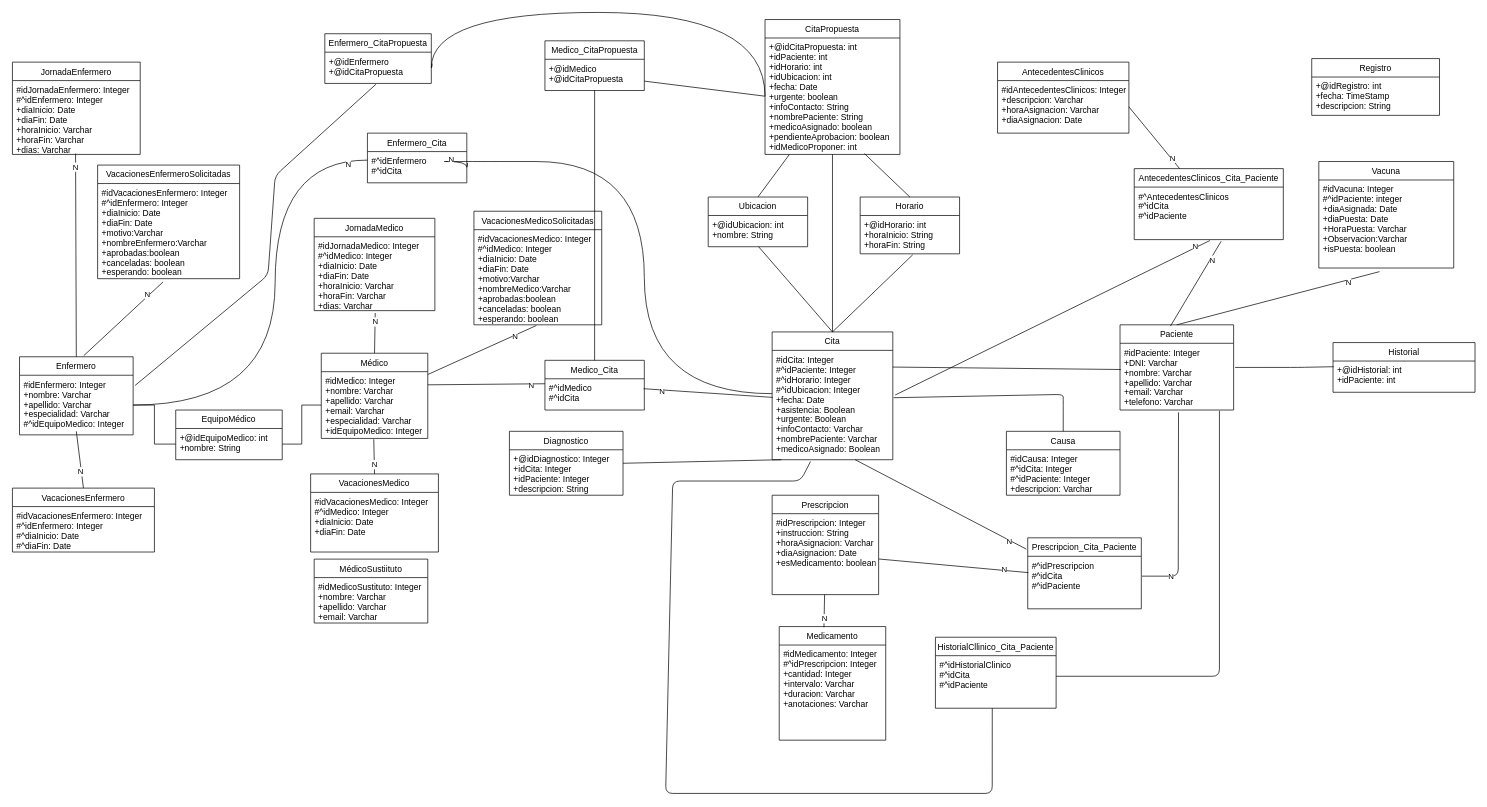
The draw.io diagram BBDD/diseño/DiagramaIPS.G IPS.drawio in nicomencia/IPS21_L33, before the edit. Source tidied: cells renumbered, new cells numbered last; positions are measured from the earlier drawing's top-left corner, leaving out a move shared by most shapes. Both pictures are drawn from the tidied source at 71%, with x=0, y=0 at pixel (12, 12).
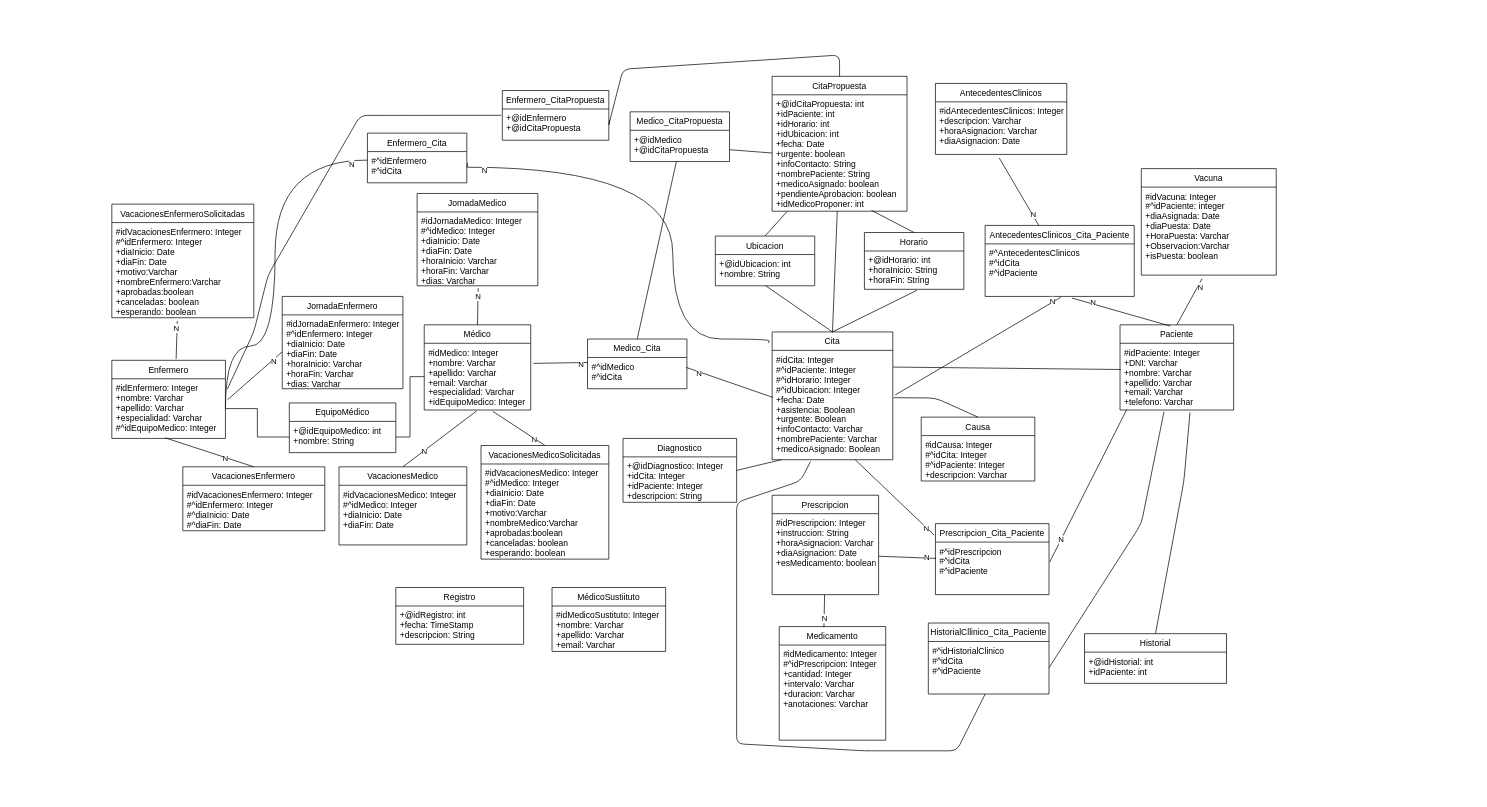
The same page after the edit.

Commit message:
Modelo actualizado

The change refers to these unchanged cells:
```xml
<mxCell id="14" value="#idMedico: Integer&#10;+nombre: Varchar&#10;+apellido: Varchar&#10;+email: Varchar&#10;+especialidad: Varchar&#10;+idEquipoMedico: Integer&#10;" style="text;strokeColor=none;fillColor=none;align=left;verticalAlign=top;spacingLeft=4;spacingRight=4;overflow=hidden;points=[[0,0.5],[1,0.5]];portConstraint=eastwest;" parent="13" vertex="1">
  <mxGeometry y="26" width="150" height="94" as="geometry" />
</mxCell>
<mxCell id="20" value="#idEnfermero: Integer&#10;+nombre: Varchar&#10;+apellido: Varchar&#10;+especialidad: Varchar&#10;#^idEquipoMedico: Integer" style="text;strokeColor=none;fillColor=none;align=left;verticalAlign=top;spacingLeft=4;spacingRight=4;overflow=hidden;points=[[0,0.5],[1,0.5]];portConstraint=eastwest;" parent="19" vertex="1">
  <mxGeometry y="26" width="160" height="84" as="geometry" />
</mxCell>
<mxCell id="35" value="Cita" style="swimlane;fontStyle=0;horizontal=1;startSize=26;fillColor=none;" parent="1" vertex="1">
  <mxGeometry x="1070" y="450" width="170" height="180" as="geometry" />
</mxCell>
<mxCell id="36" value="#idCita: Integer&#10;#^idPaciente: Integer&#10;#^idHorario: Integer&#10;#^idUbicacion: Integer&#10;+fecha: Date&#10;+asistencia: Boolean&#10;+urgente: Boolean&#10;+infoContacto: Varchar&#10;+nombrePaciente: Varchar&#10;+medicoAsignado: Boolean" style="text;strokeColor=none;fillColor=none;align=left;verticalAlign=top;spacingLeft=4;spacingRight=4;overflow=hidden;points=[[0,0.5],[1,0.5]];portConstraint=eastwest;" parent="35" vertex="1">
  <mxGeometry y="26" width="170" height="154" as="geometry" />
</mxCell>
<mxCell id="40" value="#idPaciente: Integer&#10;+DNI: Varchar&#10;+nombre: Varchar&#10;+apellido: Varchar&#10;+email: Varchar&#10;+telefono: Varchar" style="text;strokeColor=none;fillColor=none;align=left;verticalAlign=top;spacingLeft=4;spacingRight=4;overflow=hidden;points=[[0,0.5],[1,0.5]];portConstraint=eastwest;" parent="39" vertex="1">
  <mxGeometry y="26" width="160" height="94" as="geometry" />
</mxCell>
<mxCell id="43" value="#^idMedico&#10;#^idCita" style="text;strokeColor=none;fillColor=none;align=left;verticalAlign=top;spacingLeft=4;spacingRight=4;overflow=hidden;points=[[0,0.5],[1,0.5]];portConstraint=eastwest;" parent="42" vertex="1">
  <mxGeometry y="26" width="140" height="44" as="geometry" />
</mxCell>
<mxCell id="49" value="+@idHistorial: int&#10;+idPaciente: int&#10;" style="text;strokeColor=none;fillColor=none;align=left;verticalAlign=top;spacingLeft=4;spacingRight=4;overflow=hidden;points=[[0,0.5],[1,0.5]];portConstraint=eastwest;" parent="48" vertex="1">
  <mxGeometry y="26" width="200" height="44" as="geometry" />
</mxCell>
<mxCell id="63" value="#^idPrescripcion&#10;#^idCita&#10;#^idPaciente" style="text;strokeColor=none;fillColor=none;align=left;verticalAlign=top;spacingLeft=4;spacingRight=4;overflow=hidden;points=[[0,0.5],[1,0.5]];portConstraint=eastwest;" parent="62" vertex="1">
  <mxGeometry y="26" width="160" height="74" as="geometry" />
</mxCell>
<mxCell id="65" value="#^idHistorialClinico&#10;#^idCita&#10;#^idPaciente" style="text;strokeColor=none;fillColor=none;align=left;verticalAlign=top;spacingLeft=4;spacingRight=4;overflow=hidden;points=[[0,0.5],[1,0.5]];portConstraint=eastwest;" parent="64" vertex="1">
  <mxGeometry y="26" width="170" height="74" as="geometry" />
</mxCell>
<mxCell id="71" value="#idVacacionesMedico: Integer&#10;#^idMedico: Integer&#10;+diaInicio: Date&#10;+diaFin: Date&#10;+motivo:Varchar&#10;+nombreMedico:Varchar&#10;+aprobadas:boolean&#10;+canceladas: boolean&#10;+esperando: boolean" style="text;strokeColor=none;fillColor=none;align=left;verticalAlign=top;spacingLeft=4;spacingRight=4;overflow=hidden;points=[[0,0.5],[1,0.5]];portConstraint=eastwest;" parent="70" vertex="1">
  <mxGeometry y="26" width="180" height="134" as="geometry" />
</mxCell>
<mxCell id="81" value="+@idCitaPropuesta: int&#10;+idPaciente: int&#10;+idHorario: int&#10;+idUbicacion: int&#10;+fecha: Date&#10;+urgente: boolean&#10;+infoContacto: String&#10;+nombrePaciente: String&#10;+medicoAsignado: boolean&#10;+pendienteAprobacion: boolean&#10;+idMedicoProponer: int" style="text;strokeColor=none;fillColor=none;align=left;verticalAlign=top;spacingLeft=4;spacingRight=4;overflow=hidden;points=[[0,0.5],[1,0.5]];portConstraint=eastwest;" parent="80" vertex="1">
  <mxGeometry y="26" width="190" height="164" as="geometry" />
</mxCell>
<mxCell id="83" value="#^idEnfermero&#10;#^idCita" style="text;strokeColor=none;fillColor=none;align=left;verticalAlign=top;spacingLeft=4;spacingRight=4;overflow=hidden;points=[[0,0.5],[1,0.5]];portConstraint=eastwest;" parent="82" vertex="1">
  <mxGeometry y="26" width="140" height="44" as="geometry" />
</mxCell>
<mxCell id="90" value="+@idEnfermero&#10;+@idCitaPropuesta" style="text;strokeColor=none;fillColor=none;align=left;verticalAlign=top;spacingLeft=4;spacingRight=4;overflow=hidden;points=[[0,0.5],[1,0.5]];portConstraint=eastwest;" parent="89" vertex="1">
  <mxGeometry y="26" width="150" height="44" as="geometry" />
</mxCell>
<mxCell id="103" value="#idAntecedentesClinicos: Integer&#10;+descripcion: Varchar&#10;+horaAsignacion: Varchar&#10;+diaAsignacion: Date&#10;&#10;" style="text;strokeColor=none;fillColor=none;align=left;verticalAlign=top;spacingLeft=4;spacingRight=4;overflow=hidden;points=[[0,0.5],[1,0.5]];portConstraint=eastwest;" parent="102" vertex="1">
  <mxGeometry y="26" width="185" height="74" as="geometry" />
</mxCell>
```

Change to the diagram source:
```diff
@@
-    <mxCell id="3" style="endArrow=none;html=1;entryX=0.005;entryY=0.182;entryDx=0;entryDy=0;exitX=1.013;exitY=0.362;exitDx=0;exitDy=0;exitPerimeter=0;entryPerimeter=0;" parent="1" edge="1" source="40" target="49">
+    <mxCell id="3" style="endArrow=none;html=1;entryX=0.5;entryY=0;entryDx=0;entryDy=0;exitX=0.616;exitY=1.035;exitDx=0;exitDy=0;exitPerimeter=0;" parent="1" edge="1" source="40" target="48">
       <mxGeometry relative="1" as="geometry">
         <Array as="points">
-          <mxPoint x="1810" y="500" />
+          <mxPoint x="1650" y="660" />
         </Array>
       </mxGeometry>
     </mxCell>
-    <mxCell id="4" style="endArrow=none;html=1;exitX=0.5;exitY=0;exitDx=0;exitDy=0;" parent="1" edge="1" source="23">
-      <mxGeometry relative="1" as="geometry">
-        <mxPoint x="90" y="590" as="targetPoint" />
-      </mxGeometry>
+    <mxCell id="4" style="endArrow=none;html=1;exitX=0.5;exitY=0;exitDx=0;exitDy=0;entryX=0.47;entryY=0.99;entryDx=0;entryDy=0;entryPerimeter=0;" parent="1" edge="1" source="23" target="20">
+      <mxGeometry relative="1" as="geometry" />
     </mxCell>
     <mxCell id="5" value="N" style="edgeLabel;html=1;align=center;verticalAlign=middle;" parent="4" vertex="1">
-      <mxGeometry x="-0.41" y="2" relative="1" as="geometry" />
+      <mxGeometry x="-0.41" y="2" relative="1" as="geometry">
+        <mxPoint x="-2.9" y="-2" as="offset" />
+      </mxGeometry>
     </mxCell>
@@
-    <mxCell id="11" style="endArrow=none;html=1;entryX=0.494;entryY=0.989;entryDx=0;entryDy=0;entryPerimeter=0;" parent="1" edge="1" target="22">
-      <mxGeometry relative="1" as="geometry">
-        <mxPoint x="90" y="485" as="sourcePoint" />
-      </mxGeometry>
+    <mxCell id="11" style="endArrow=none;html=1;entryX=0;entryY=0.5;entryDx=0;entryDy=0;exitX=1.019;exitY=0.35;exitDx=0;exitDy=0;exitPerimeter=0;" parent="1" edge="1" source="20" target="22">
+      <mxGeometry relative="1" as="geometry" />
     </mxCell>
     <mxCell id="12" value="N" style="edgeLabel;html=1;align=center;verticalAlign=middle;" parent="11" vertex="1">
-      <mxGeometry x="0.87" relative="1" as="geometry" />
+      <mxGeometry x="0.87" relative="1" as="geometry">
+        <mxPoint x="-8" y="8.6" as="offset" />
+      </mxGeometry>
     </mxCell>
     <mxCell id="13" value="Médico" style="swimlane;fontStyle=0;horizontal=1;startSize=26;fillColor=none;" parent="1" vertex="1">
-      <mxGeometry x="435" y="480" width="150" height="120" as="geometry" />
+      <mxGeometry x="580" y="440" width="150" height="120" as="geometry" />
     </mxCell>
@@
     <mxCell id="15" value="JornadaMedico" style="swimlane;fontStyle=0;horizontal=1;startSize=26;fillColor=none;" parent="1" vertex="1">
-      <mxGeometry x="425" y="290" width="170" height="130" as="geometry" />
+      <mxGeometry x="570" y="255" width="170" height="130" as="geometry" />
     </mxCell>
@@
     <mxCell id="17" value="VacacionesMedico" style="swimlane;fontStyle=0;horizontal=1;startSize=26;fillColor=none;" parent="1" vertex="1">
-      <mxGeometry x="420" y="650" width="180" height="110" as="geometry" />
+      <mxGeometry x="460" y="640" width="180" height="110" as="geometry" />
     </mxCell>
@@
     <mxCell id="19" value="Enfermero" style="swimlane;fontStyle=0;horizontal=1;startSize=26;fillColor=none;" parent="1" vertex="1">
-      <mxGeometry x="10" y="485" width="160" height="110" as="geometry" />
+      <mxGeometry x="140" y="490" width="160" height="110" as="geometry" />
     </mxCell>
@@
     <mxCell id="21" value="JornadaEnfermero" style="swimlane;fontStyle=0;horizontal=1;startSize=26;fillColor=none;" parent="1" vertex="1">
-      <mxGeometry y="70" width="180" height="130" as="geometry" />
+      <mxGeometry x="380" y="400" width="170" height="130" as="geometry" />
     </mxCell>
     <mxCell id="22" value="#idJornadaEnfermero: Integer&#10;#^idEnfermero: Integer&#10;+diaInicio: Date&#10;+diaFin: Date&#10;+horaInicio: Varchar&#10;+horaFin: Varchar&#10;+dias: Varchar" style="text;strokeColor=none;fillColor=none;align=left;verticalAlign=top;spacingLeft=4;spacingRight=4;overflow=hidden;points=[[0,0.5],[1,0.5]];portConstraint=eastwest;" parent="21" vertex="1">
-      <mxGeometry y="26" width="180" height="104" as="geometry" />
+      <mxGeometry y="26" width="170" height="104" as="geometry" />
     </mxCell>
     <mxCell id="23" value="VacacionesEnfermero" style="swimlane;fontStyle=0;horizontal=1;startSize=26;fillColor=none;" parent="1" vertex="1">
-      <mxGeometry y="670" width="200" height="90" as="geometry" />
+      <mxGeometry x="240" y="640" width="200" height="90" as="geometry" />
     </mxCell>
@@
-    <mxCell id="25" style="endArrow=none;html=1;entryX=0;entryY=0.159;entryDx=0;entryDy=0;entryPerimeter=0;" parent="1" edge="1" target="43">
-      <mxGeometry relative="1" as="geometry">
-        <mxPoint x="585" y="524.5" as="sourcePoint" />
-      </mxGeometry>
+    <mxCell id="25" style="endArrow=none;html=1;entryX=0;entryY=0.159;entryDx=0;entryDy=0;entryPerimeter=0;exitX=1.024;exitY=0.301;exitDx=0;exitDy=0;exitPerimeter=0;" parent="1" edge="1" source="14" target="43">
+      <mxGeometry relative="1" as="geometry" />
     </mxCell>
@@
     <mxCell id="31" value="Ubicacion" style="swimlane;fontStyle=0;horizontal=1;startSize=26;fillColor=none;" parent="1" vertex="1">
-      <mxGeometry x="980" y="260" width="140" height="70" as="geometry" />
+      <mxGeometry x="990" y="315" width="140" height="70" as="geometry" />
     </mxCell>
@@
     <mxCell id="42" value="Medico_Cita" style="swimlane;fontStyle=0;horizontal=1;startSize=26;fillColor=none;" parent="1" vertex="1">
-      <mxGeometry x="750" y="490" width="140" height="70" as="geometry" />
+      <mxGeometry x="810" y="460" width="140" height="70" as="geometry" />
     </mxCell>
@@
     <mxCell id="44" value="Diagnostico" style="swimlane;fontStyle=0;horizontal=1;startSize=26;fillColor=none;" parent="1" vertex="1">
-      <mxGeometry x="700" y="590" width="160" height="90" as="geometry" />
+      <mxGeometry x="860" y="600" width="160" height="90" as="geometry" />
     </mxCell>
@@
     <mxCell id="48" value="Historial" style="swimlane;fontStyle=0;horizontal=1;startSize=26;fillColor=none;" parent="1" vertex="1">
-      <mxGeometry x="1860" y="465" width="200" height="70" as="geometry" />
+      <mxGeometry x="1510" y="875" width="200" height="70" as="geometry" />
     </mxCell>
@@
-    <mxCell id="52" style="endArrow=none;html=1;strokeColor=#000000;entryX=0.515;entryY=1.034;entryDx=0;entryDy=0;entryPerimeter=0;exitX=1.006;exitY=0.378;exitDx=0;exitDy=0;exitPerimeter=0;" parent="1" edge="1" source="63" target="40">
-      <mxGeometry relative="1" as="geometry">
-        <Array as="points">
-          <mxPoint x="1642" y="794" />
-        </Array>
-      </mxGeometry>
+    <mxCell id="52" style="endArrow=none;html=1;strokeColor=#000000;entryX=0.059;entryY=0.992;entryDx=0;entryDy=0;entryPerimeter=0;exitX=1.006;exitY=0.378;exitDx=0;exitDy=0;exitPerimeter=0;" parent="1" edge="1" source="63" target="40">
+      <mxGeometry relative="1" as="geometry" />
     </mxCell>
@@
     <mxCell id="54" value="Causa" style="swimlane;fontStyle=0;horizontal=1;startSize=26;fillColor=none;" parent="1" vertex="1">
-      <mxGeometry x="1400" y="590" width="160" height="90" as="geometry" />
+      <mxGeometry x="1280" y="570" width="160" height="90" as="geometry" />
     </mxCell>
@@
     <mxCell id="58" style="endArrow=none;html=1;strokeColor=#000000;entryX=1.006;entryY=0.433;entryDx=0;entryDy=0;exitX=0.5;exitY=0;exitDx=0;exitDy=0;entryPerimeter=0;" parent="1" edge="1" source="54" target="36">
       <mxGeometry relative="1" as="geometry">
         <Array as="points">
-          <mxPoint x="1480" y="553" />
-          <mxPoint x="1480" y="538" />
+          <mxPoint x="1300" y="543" />
         </Array>
       </mxGeometry>
     </mxCell>
@@
     <mxCell id="60" value="Horario" style="swimlane;fontStyle=0;horizontal=1;startSize=26;fillColor=none;" parent="1" vertex="1">
-      <mxGeometry x="1194" y="260" width="140" height="80" as="geometry" />
+      <mxGeometry x="1200" y="310" width="140" height="80" as="geometry" />
     </mxCell>
@@
     <mxCell id="62" value="Prescripcion_Cita_Paciente" style="swimlane;fontStyle=0;horizontal=1;startSize=26;fillColor=none;" parent="1" vertex="1">
-      <mxGeometry x="1430" y="740" width="160" height="100" as="geometry" />
+      <mxGeometry x="1300" y="720" width="160" height="100" as="geometry" />
     </mxCell>
@@
     <mxCell id="64" value="HistorialCllinico_Cita_Paciente" style="swimlane;fontStyle=0;horizontal=1;startSize=26;fillColor=none;" parent="1" vertex="1">
-      <mxGeometry x="1300" y="880" width="170" height="100" as="geometry" />
+      <mxGeometry x="1290" y="860" width="170" height="100" as="geometry" />
     </mxCell>
@@
     <mxCell id="66" style="endArrow=none;html=1;entryX=0.471;entryY=1;entryDx=0;entryDy=0;entryPerimeter=0;exitX=0.318;exitY=1.016;exitDx=0;exitDy=0;exitPerimeter=0;" parent="1" edge="1" source="36" target="65">
       <mxGeometry relative="1" as="geometry">
         <Array as="points">
           <mxPoint x="1110" y="660" />
-          <mxPoint x="930" y="660" />
-          <mxPoint x="920" y="1100" />
-          <mxPoint x="1380" y="1100" />
+          <mxPoint x="1020" y="690" />
+          <mxPoint x="1020" y="1030" />
+          <mxPoint x="1200" y="1040" />
+          <mxPoint x="1330" y="1040" />
         </Array>
       </mxGeometry>
     </mxCell>
-    <mxCell id="67" style="endArrow=none;html=1;entryX=0.875;entryY=1.011;entryDx=0;entryDy=0;entryPerimeter=0;" parent="1" edge="1" target="40">
+    <mxCell id="67" style="endArrow=none;html=1;exitX=1;exitY=0.5;exitDx=0;exitDy=0;entryX=0.387;entryY=1.026;entryDx=0;entryDy=0;entryPerimeter=0;" parent="1" edge="1" source="65" target="40">
       <mxGeometry relative="1" as="geometry">
-        <mxPoint x="1470" y="935" as="sourcePoint" />
         <Array as="points">
-          <mxPoint x="1700" y="935" />
+          <mxPoint x="1590" y="720" />
         </Array>
       </mxGeometry>
     </mxCell>
@@
     <mxCell id="70" value="VacacionesMedicoSolicitadas" style="swimlane;fontStyle=0;horizontal=1;startSize=26;fillColor=none;" parent="1" vertex="1">
-      <mxGeometry x="650" y="280" width="180" height="160" as="geometry" />
+      <mxGeometry x="660" y="610" width="180" height="160" as="geometry" />
     </mxCell>
@@
-    <mxCell id="72" style="endArrow=none;html=1;entryX=0.489;entryY=1.007;entryDx=0;entryDy=0;entryPerimeter=0;exitX=1;exitY=0.25;exitDx=0;exitDy=0;" parent="1" edge="1" source="13" target="71">
+    <mxCell id="72" style="endArrow=none;html=1;entryX=0.5;entryY=0;entryDx=0;entryDy=0;exitX=0.644;exitY=1.02;exitDx=0;exitDy=0;exitPerimeter=0;" parent="1" edge="1" source="14" target="70">
       <mxGeometry relative="1" as="geometry" />
     </mxCell>
@@
     <mxCell id="74" value="MédicoSustiituto" style="swimlane;fontStyle=0;horizontal=1;startSize=26;fillColor=none;" parent="1" vertex="1">
-      <mxGeometry x="425" y="770" width="160" height="90" as="geometry" />
+      <mxGeometry x="760" y="810" width="160" height="90" as="geometry" />
     </mxCell>
@@
     <mxCell id="76" value="EquipoMédico" style="swimlane;fontStyle=0;horizontal=1;startSize=26;fillColor=none;" parent="1" vertex="1">
-      <mxGeometry x="230" y="560" width="150" height="70" as="geometry" />
+      <mxGeometry x="390" y="550" width="150" height="70" as="geometry" />
     </mxCell>
@@
     <mxCell id="80" value="CitaPropuesta" style="swimlane;fontStyle=0;horizontal=1;startSize=26;fillColor=none;" parent="1" vertex="1">
-      <mxGeometry x="1060" y="10" width="190" height="190" as="geometry" />
+      <mxGeometry x="1070" y="90" width="190" height="190" as="geometry" />
     </mxCell>
@@
     <mxCell id="85" style="edgeStyle=orthogonalEdgeStyle;curved=1;rounded=0;jettySize=auto;html=1;exitX=1;exitY=0.5;exitDx=0;exitDy=0;entryX=0;entryY=0.273;entryDx=0;entryDy=0;entryPerimeter=0;endArrow=none;endFill=0;" parent="1" edge="1" source="20" target="83">
       <mxGeometry relative="1" as="geometry">
         <Array as="points">
-          <mxPoint x="370" y="553" />
+          <mxPoint x="300" y="470" />
+          <mxPoint x="370" y="470" />
           <mxPoint x="370" y="208" />
         </Array>
       </mxGeometry>
     </mxCell>
@@
-    <mxCell id="87" style="edgeStyle=orthogonalEdgeStyle;curved=1;rounded=0;jettySize=auto;html=1;exitX=1;exitY=0.5;exitDx=0;exitDy=0;entryX=0;entryY=0.396;entryDx=0;entryDy=0;entryPerimeter=0;endArrow=none;endFill=0;" parent="1" edge="1" source="83" target="36">
+    <mxCell id="87" style="edgeStyle=orthogonalEdgeStyle;curved=1;rounded=0;jettySize=auto;html=1;exitX=1;exitY=0.5;exitDx=0;exitDy=0;entryX=-0.035;entryY=0.085;entryDx=0;entryDy=0;entryPerimeter=0;endArrow=none;endFill=0;" parent="1" edge="1" source="83" target="35">
       <mxGeometry relative="1" as="geometry">
         <Array as="points">
-          <mxPoint x="585" y="210" />
-          <mxPoint x="890" y="210" />
-          <mxPoint x="890" y="529" />
+          <mxPoint x="930" y="218" />
+          <mxPoint x="930" y="460" />
+          <mxPoint x="1066" y="460" />
+          <mxPoint x="1066" y="465" />
         </Array>
       </mxGeometry>
     </mxCell>
@@
     <mxCell id="89" value="Enfermero_CitaPropuesta" style="swimlane;fontStyle=0;horizontal=1;startSize=26;fillColor=none;" parent="1" vertex="1">
-      <mxGeometry x="440" y="30" width="150" height="70" as="geometry" />
+      <mxGeometry x="690" y="110" width="150" height="70" as="geometry" />
     </mxCell>
@@
-    <mxCell id="92" style="edgeStyle=orthogonalEdgeStyle;curved=1;rounded=0;jettySize=auto;html=1;exitX=1;exitY=0.5;exitDx=0;exitDy=0;endArrow=none;endFill=0;entryX=0;entryY=0.5;entryDx=0;entryDy=0;" parent="1" edge="1" source="90" target="81">
-      <mxGeometry relative="1" as="geometry">
-        <Array as="points">
-          <mxPoint x="590" />
-          <mxPoint x="1060" />
-        </Array>
-      </mxGeometry>
-    </mxCell>
     <mxCell id="93" value="Medico_CitaPropuesta" style="swimlane;fontStyle=0;horizontal=1;startSize=26;fillColor=none;" parent="1" vertex="1">
-      <mxGeometry x="750" y="40" width="140" height="70" as="geometry" />
+      <mxGeometry x="870" y="140" width="140" height="70" as="geometry" />
     </mxCell>
@@
     <mxCell id="96" value="VacacionesEnfermeroSolicitadas" style="swimlane;fontStyle=0;horizontal=1;startSize=26;fillColor=none;" parent="1" vertex="1">
-      <mxGeometry x="120" y="215" width="200" height="160" as="geometry" />
+      <mxGeometry x="140" y="270" width="200" height="160" as="geometry" />
     </mxCell>
@@
     <mxCell id="98" value="Vacuna" style="swimlane;fontStyle=0;horizontal=1;startSize=26;fillColor=none;" parent="1" vertex="1">
-      <mxGeometry x="1840" y="210" width="190" height="150" as="geometry" />
+      <mxGeometry x="1590" y="220" width="190" height="150" as="geometry" />
     </mxCell>
@@
     <mxCell id="102" value="AntecedentesClinicos" style="swimlane;fontStyle=0;horizontal=1;startSize=26;fillColor=none;" parent="1" vertex="1">
-      <mxGeometry x="1387.5" y="70" width="185" height="100" as="geometry" />
+      <mxGeometry x="1300" y="100" width="185" height="100" as="geometry" />
     </mxCell>
@@
     <mxCell id="104" value="AntecedentesClinicos_Cita_Paciente" style="swimlane;fontStyle=0;horizontal=1;startSize=26;fillColor=none;" parent="1" vertex="1">
-      <mxGeometry x="1580" y="220" width="210" height="100" as="geometry" />
+      <mxGeometry x="1370" y="300" width="210" height="100" as="geometry" />
     </mxCell>
@@
-    <mxCell id="106" style="endArrow=none;html=1;entryX=1;entryY=0.5;entryDx=0;entryDy=0;" parent="1" edge="1" source="104" target="103">
+    <mxCell id="106" style="endArrow=none;html=1;entryX=0.486;entryY=1.068;entryDx=0;entryDy=0;entryPerimeter=0;" parent="1" edge="1" source="104" target="103">
       <mxGeometry relative="1" as="geometry" />
     </mxCell>
@@
     <mxCell id="112" value="Registro" style="swimlane;fontStyle=0;horizontal=1;startSize=26;fillColor=none;" parent="1" vertex="1">
-      <mxGeometry x="1830" y="65" width="180" height="80" as="geometry" />
+      <mxGeometry x="540" y="810" width="180" height="80" as="geometry" />
     </mxCell>
@@
-    <mxCell id="116" style="endArrow=none;html=1;entryX=0.48;entryY=1.027;entryDx=0;entryDy=0;entryPerimeter=0;exitX=1.017;exitY=0.172;exitDx=0;exitDy=0;exitPerimeter=0;" parent="1" edge="1" source="20" target="90">
+    <mxCell id="116" style="endArrow=none;html=1;exitX=1.017;exitY=0.172;exitDx=0;exitDy=0;exitPerimeter=0;entryX=-0.012;entryY=0.203;entryDx=0;entryDy=0;entryPerimeter=0;" parent="1" edge="1" source="20" target="90">
       <mxGeometry relative="1" as="geometry">
         <Array as="points">
+          <mxPoint x="340" y="450" />
           <mxPoint x="360" y="370" />
-          <mxPoint x="370" y="230" />
+          <mxPoint x="490" y="145" />
         </Array>
       </mxGeometry>
     </mxCell>
+    <mxCell id="117" style="endArrow=none;html=1;entryX=1;entryY=0.5;entryDx=0;entryDy=0;exitX=0.5;exitY=0;exitDx=0;exitDy=0;" parent="1" edge="1" source="80" target="90">
+      <mxGeometry relative="1" as="geometry">
+        <Array as="points">
+          <mxPoint x="1165" y="60" />
+          <mxPoint x="860" y="80" />
+        </Array>
+      </mxGeometry>
+    </mxCell>
```
